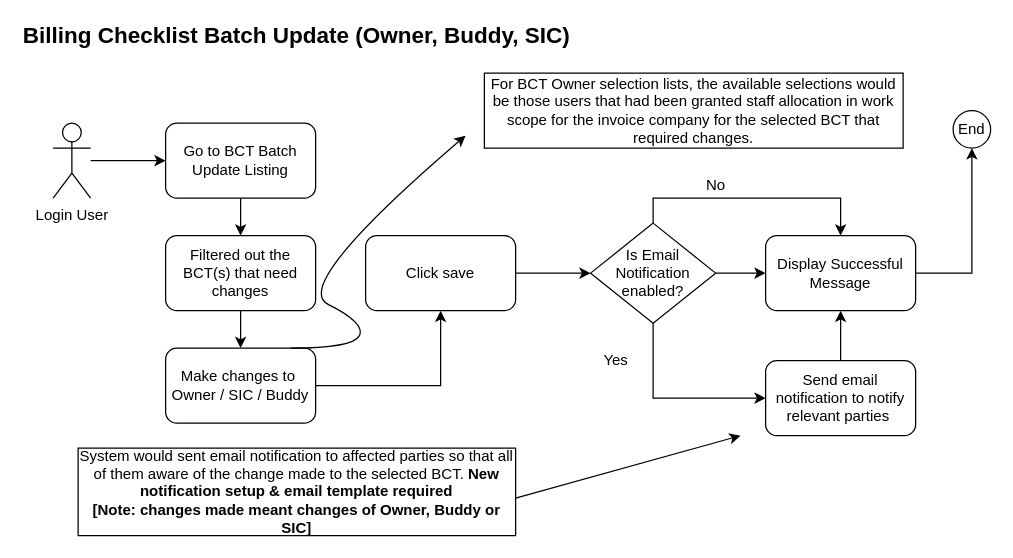
Before: page "BCT Batch Update" (15 of 17) of Untitled Diagram.drawio in Harbringer666/Harbringer, a draw.io diagram. Source tidied: cells renumbered, new cells numbered last; positions are measured from the earlier drawing's top-left corner, leaving out a move shared by most shapes. Both pictures are drawn from the tidied source at 125%, with x=0, y=0 at pixel (21, 22).
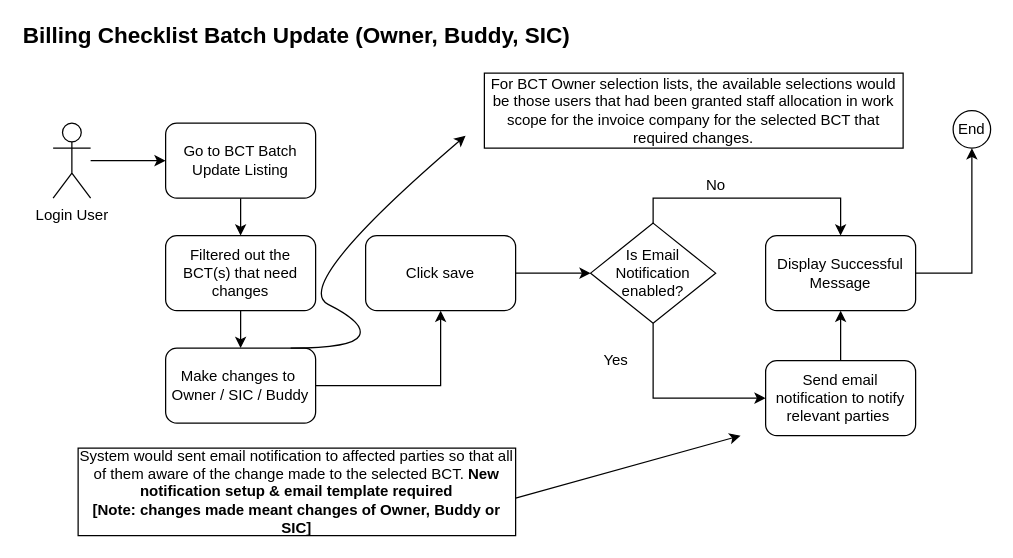
The same page after the edit.

The change refers to these unchanged cells:
```xml
<mxCell id="17" value="Is Email Notification enabled?" style="rhombus;whiteSpace=wrap;html=1;" parent="1" vertex="1">
  <mxGeometry x="455" y="160" width="100" height="80" as="geometry" />
</mxCell>
<mxCell id="19" value="Display Successful Message" style="rounded=1;whiteSpace=wrap;html=1;" parent="1" vertex="1">
  <mxGeometry x="595" y="170" width="120" height="60" as="geometry" />
</mxCell>
```

What changed in the source:
```diff
@@
-    <mxCell id="14" style="edgeStyle=orthogonalEdgeStyle;rounded=0;jettySize=auto;html=1;" parent="1" edge="1" source="17" target="19">
-      <mxGeometry relative="1" as="geometry" />
-    </mxCell>
```
